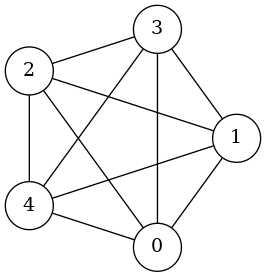
Before: graph.png, a diagram exported from Graphviz (AkiraShougun/Graph-Theory). Its source is kept beside it as graph.dot.
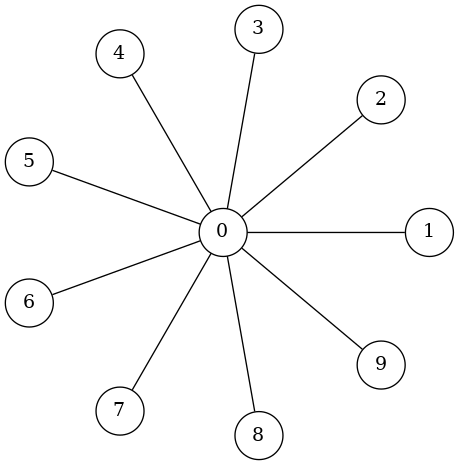
After the commit.

Diff of the diagram source:
```diff
@@ -6,14 +6,18 @@
 2;
 3;
 4;
+5;
+6;
+7;
+8;
+9;
 0 -- 1;
 0 -- 2;
 0 -- 3;
 0 -- 4;
-1 -- 2;
-1 -- 3;
-1 -- 4;
-2 -- 3;
-2 -- 4;
-3 -- 4;
+0 -- 5;
+0 -- 6;
+0 -- 7;
+0 -- 8;
+0 -- 9;
 }
```
